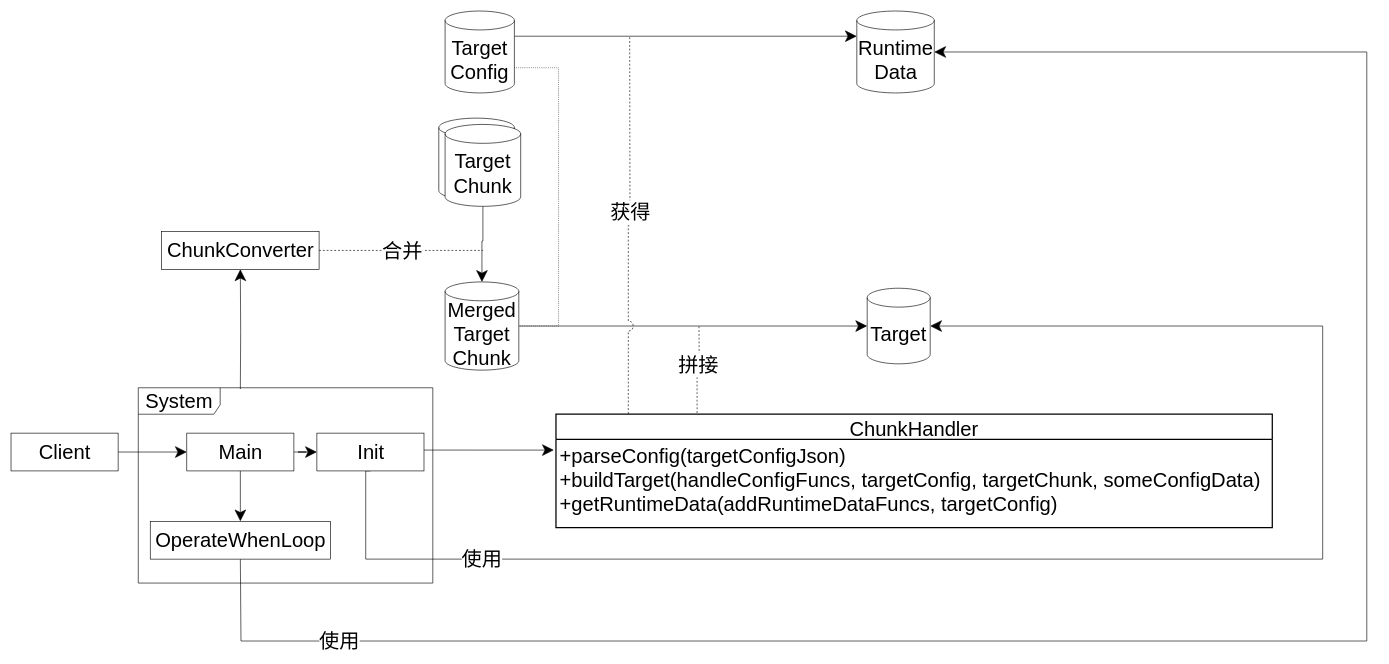
yyc-git/3DProgramPattern keeps this draw.io diagram as packages/拼接模式/role_abstract/role_abstract.drawio. Above is the earlier version. Source tidied: cells renumbered, new cells numbered last; positions are measured from the earlier drawing's top-left corner, leaving out a move shared by most shapes. Both pictures are drawn from the tidied source at 63%, with x=0, y=0 at pixel (11, 11).
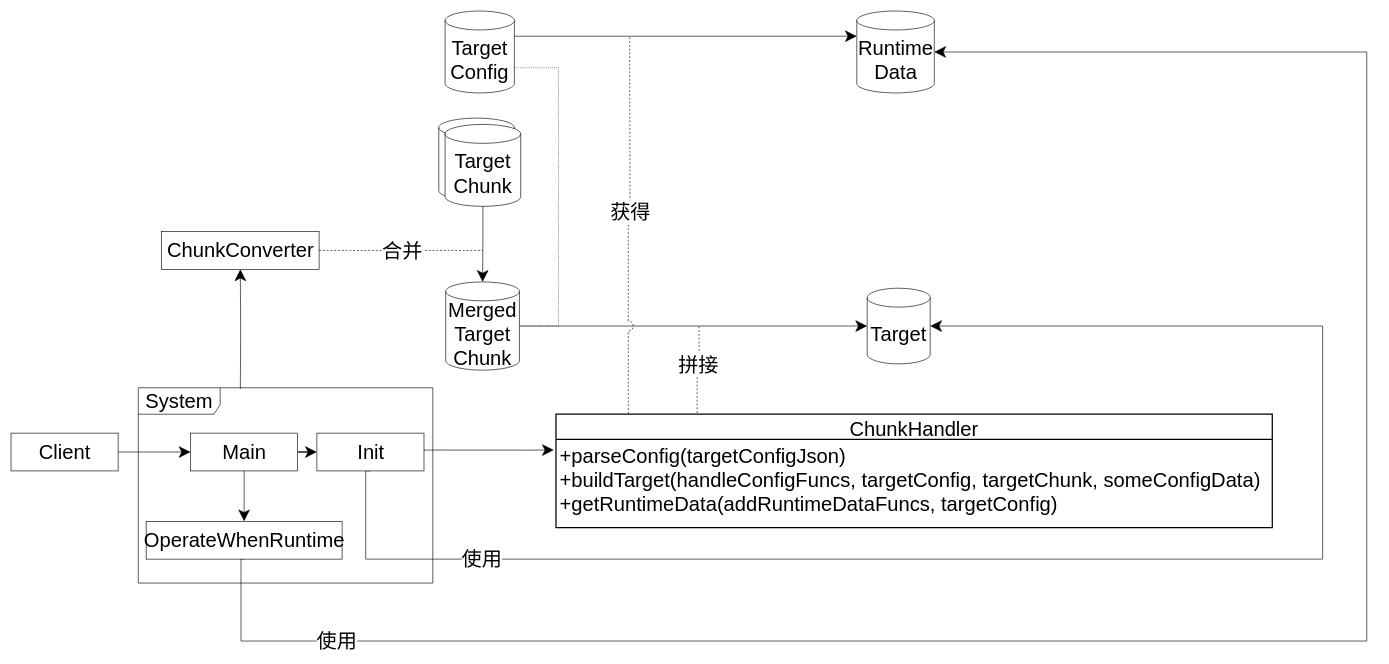
The same diagram, later.

What changed in the source:
```diff
@@
     <mxCell id="21" value="&lt;font style=&quot;font-size: 32px&quot;&gt;Merged Target&lt;br&gt;Chunk&lt;br&gt;&lt;/font&gt;" style="shape=cylinder3;whiteSpace=wrap;html=1;boundedLbl=1;backgroundOutline=1;size=15;" parent="1" vertex="1">
-      <mxGeometry x="689" y="430" width="117" height="140" as="geometry" />
+      <mxGeometry x="690" y="430" width="117" height="140" as="geometry" />
     </mxCell>
@@
     <mxCell id="32" value="Main" style="html=1;fontSize=32;" parent="1" vertex="1">
-      <mxGeometry x="279" y="670" width="170" height="60" as="geometry" />
+      <mxGeometry x="285" y="670" width="170" height="60" as="geometry" />
     </mxCell>
@@
-    <mxCell id="34" value="OperateWhenLoop" style="html=1;fontSize=32;" parent="1" vertex="1">
-      <mxGeometry x="221" y="810" width="286" height="60" as="geometry" />
+    <mxCell id="34" value="OperateWhenRuntime" style="html=1;fontSize=32;" parent="1" vertex="1">
+      <mxGeometry x="214.5" y="810" width="311" height="60" as="geometry" />
     </mxCell>
```
